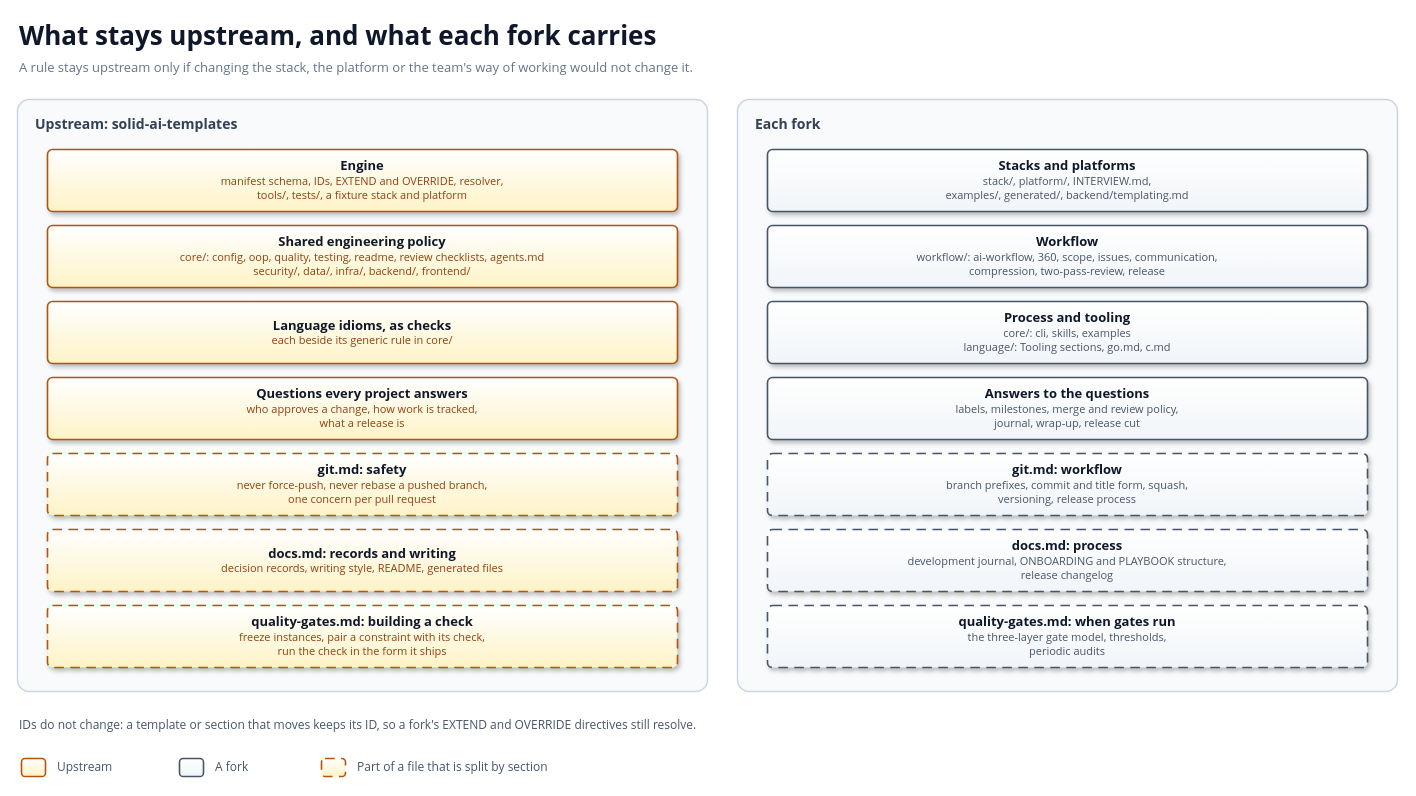
This is docs/diagrams/template-boundary.drawio from solid-ai-dev/solid-ai-templates, a draw.io file, before an edit. Source tidied: cells renumbered, new cells numbered last; positions are measured from the earlier drawing's top-left corner, leaving out a move shared by most shapes. Both pictures are drawn from the tidied source at 100%, with x=0, y=0 at pixel (17, 17).
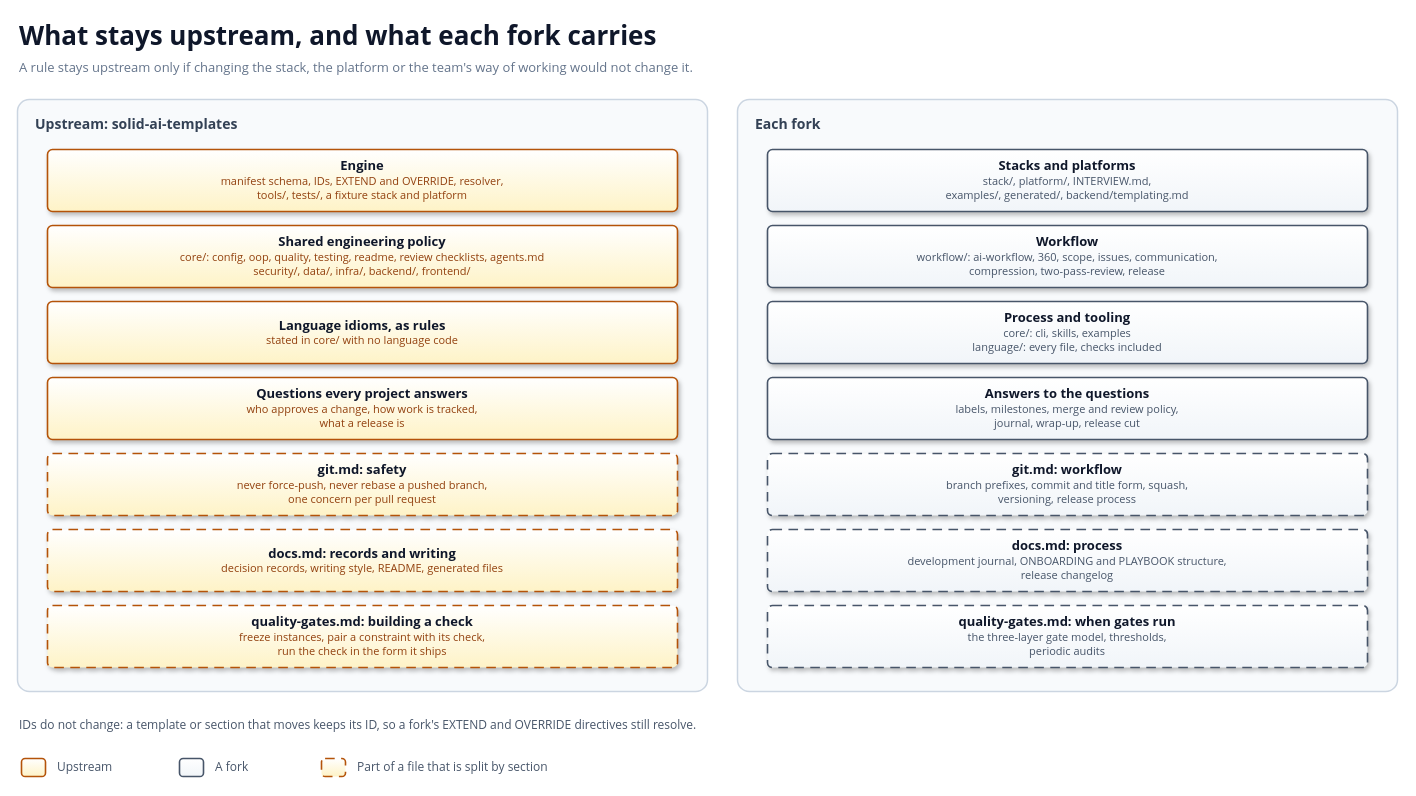
The same page after the edit.

Diff of the diagram source:
```diff
@@
-    <mxCell id="8" value="&lt;b style='font-size:13px;color:#0F172A'&gt;Language idioms, as checks&lt;/b&gt;&lt;br&gt;&lt;span style='font-size:11px;color:#92400E'&gt;each beside its generic rule in core/&lt;/span&gt;" style="rounded=1;arcSize=8;whiteSpace=wrap;html=1;fillColor=#FEF3C7;gradientColor=#FFFFFF;gradientDirection=north;strokeColor=#B45309;strokeWidth=1.6;shadow=1;align=center;fontFamily=Segoe UI;fontColor=#0F172A;spacing=6;" parent="1" vertex="1">
+    <mxCell id="8" value="&lt;b style='font-size:13px;color:#0F172A'&gt;Language idioms, as rules&lt;/b&gt;&lt;br&gt;&lt;span style='font-size:11px;color:#92400E'&gt;stated in core/ with no language code&lt;/span&gt;" style="rounded=1;arcSize=8;whiteSpace=wrap;html=1;fillColor=#FEF3C7;gradientColor=#FFFFFF;gradientDirection=north;strokeColor=#B45309;strokeWidth=1.6;shadow=1;align=center;fontFamily=Segoe UI;fontColor=#0F172A;spacing=6;" parent="1" vertex="1">
       <mxGeometry x="30" y="284" width="630" height="62" as="geometry" />
     </mxCell>
@@
-    <mxCell id="15" value="&lt;b style='font-size:13px;color:#0F172A'&gt;Process and tooling&lt;/b&gt;&lt;br&gt;&lt;span style='font-size:11px;color:#475569'&gt;core/: cli, skills, examples&lt;br&gt;language/: Tooling sections, go.md, c.md&lt;/span&gt;" style="rounded=1;arcSize=8;whiteSpace=wrap;html=1;fillColor=#F1F5F9;gradientColor=#FFFFFF;gradientDirection=north;strokeColor=#475569;strokeWidth=1.6;shadow=1;align=center;fontFamily=Segoe UI;fontColor=#0F172A;spacing=6;" parent="1" vertex="1">
+    <mxCell id="15" value="&lt;b style='font-size:13px;color:#0F172A'&gt;Process and tooling&lt;/b&gt;&lt;br&gt;&lt;span style='font-size:11px;color:#475569'&gt;core/: cli, skills, examples&lt;br&gt;language/: every file, checks included&lt;/span&gt;" style="rounded=1;arcSize=8;whiteSpace=wrap;html=1;fillColor=#F1F5F9;gradientColor=#FFFFFF;gradientDirection=north;strokeColor=#475569;strokeWidth=1.6;shadow=1;align=center;fontFamily=Segoe UI;fontColor=#0F172A;spacing=6;" parent="1" vertex="1">
       <mxGeometry x="750" y="284" width="600" height="62" as="geometry" />
     </mxCell>
```
